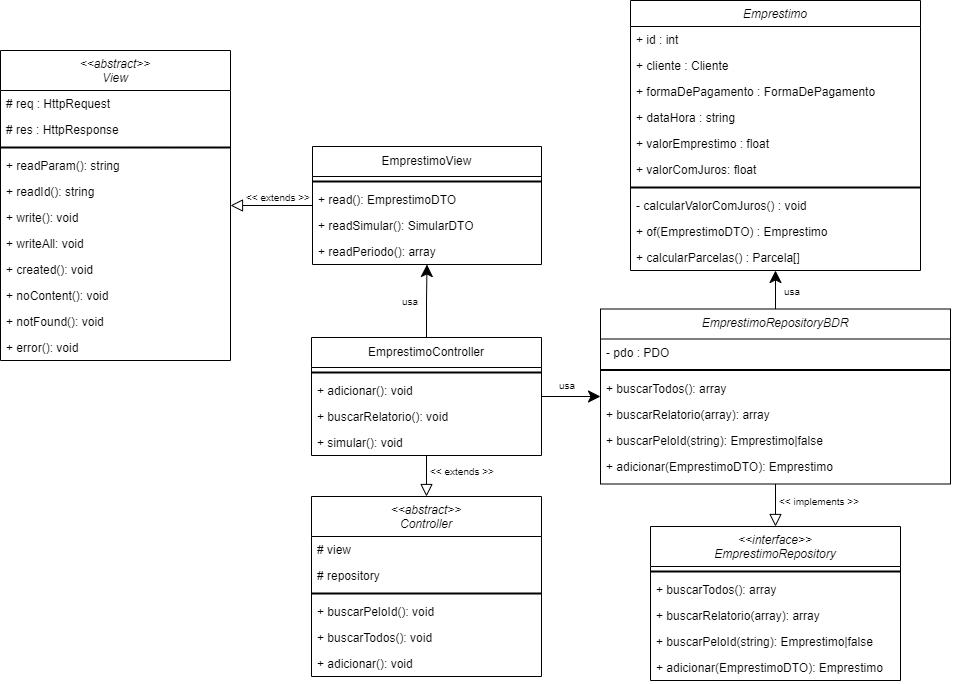
Raulzito311/AcmeSF keeps this draw.io diagram as Diagramas/modelo_principal_funcionalidade.drawio.png. Above is the earlier version. Source tidied: cells renumbered, new cells last; positions are measured from the earlier drawing's top-left corner, leaving out a move shared by most shapes.
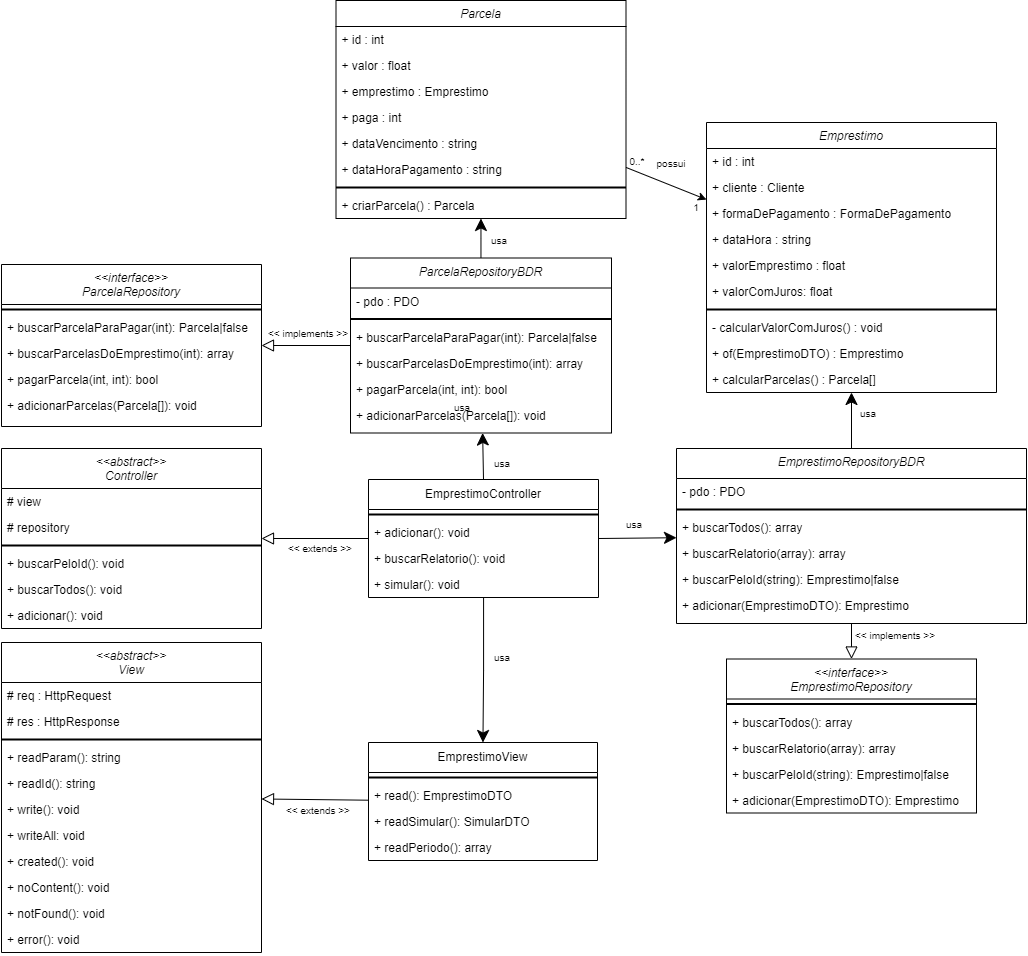
Later version of the same file.

Commit message:
Modelo principal

Diff of the diagram source:
```diff
@@ -3,7 +3,7 @@
     <mxCell id="0" />
     <mxCell id="1" parent="0" />
     <mxCell id="2" value="Emprestimo" style="swimlane;fontStyle=2;align=center;verticalAlign=top;horizontal=1;startSize=26;rounded=0;shadow=0;strokeWidth=1;" parent="1" vertex="1">
-      <mxGeometry x="630" width="290" height="270" as="geometry" />
+      <mxGeometry x="705" width="290" height="270" as="geometry" />
     </mxCell>
     <mxCell id="3" value="+ id : int" style="text;align=left;verticalAlign=top;spacingLeft=4;spacingRight=4;overflow=hidden;" parent="2" vertex="1">
       <mxGeometry y="26" width="290" height="26" as="geometry" />
@@ -42,7 +42,7 @@
       <mxGeometry relative="1" as="geometry" />
     </mxCell>
     <mxCell id="15" value="EmprestimoController" style="swimlane;fontStyle=0;horizontal=1;startSize=30;whiteSpace=wrap;html=1;" parent="1" vertex="1">
-      <mxGeometry x="311" y="337" width="230" height="118" as="geometry" />
+      <mxGeometry x="367" y="357" width="230" height="118" as="geometry" />
     </mxCell>
     <mxCell id="16" style="line;strokeWidth=2;html=1;" parent="15" vertex="1">
       <mxGeometry y="30" width="230" height="10" as="geometry" />
@@ -57,64 +57,64 @@
       <mxGeometry y="92" width="230" height="26" as="geometry" />
     </mxCell>
     <mxCell id="20" value="&lt;&lt;abstract&gt;&gt;&#10;Controller" style="swimlane;fontStyle=2;align=center;verticalAlign=top;horizontal=1;startSize=40;rounded=0;shadow=0;strokeWidth=1;" parent="1" vertex="1">
-      <mxGeometry x="311" y="496" width="230" height="180" as="geometry" />
+      <mxGeometry y="326" width="260" height="180" as="geometry" />
     </mxCell>
     <mxCell id="21" value="# view" style="text;align=left;verticalAlign=top;spacingLeft=4;spacingRight=4;overflow=hidden;" parent="20" vertex="1">
-      <mxGeometry y="40" width="230" height="26" as="geometry" />
+      <mxGeometry y="40" width="260" height="26" as="geometry" />
     </mxCell>
     <mxCell id="22" value="# repository" style="text;align=left;verticalAlign=top;spacingLeft=4;spacingRight=4;overflow=hidden;rounded=0;shadow=0;html=0;" parent="20" vertex="1">
-      <mxGeometry y="66" width="230" height="26" as="geometry" />
+      <mxGeometry y="66" width="260" height="26" as="geometry" />
     </mxCell>
     <mxCell id="23" style="line;strokeWidth=2;html=1;" parent="20" vertex="1">
-      <mxGeometry y="92" width="230" height="10" as="geometry" />
+      <mxGeometry y="92" width="260" height="10" as="geometry" />
     </mxCell>
     <mxCell id="24" value="+ buscarPeloId(): void" style="text;align=left;verticalAlign=top;spacingLeft=4;spacingRight=4;overflow=hidden;" parent="20" vertex="1">
-      <mxGeometry y="102" width="230" height="26" as="geometry" />
+      <mxGeometry y="102" width="260" height="26" as="geometry" />
     </mxCell>
     <mxCell id="25" value="+ buscarTodos(): void" style="text;align=left;verticalAlign=top;spacingLeft=4;spacingRight=4;overflow=hidden;" parent="20" vertex="1">
-      <mxGeometry y="128" width="230" height="26" as="geometry" />
+      <mxGeometry y="128" width="260" height="26" as="geometry" />
     </mxCell>
     <mxCell id="26" value="+ adicionar(): void" style="text;align=left;verticalAlign=top;spacingLeft=4;spacingRight=4;overflow=hidden;" parent="20" vertex="1">
-      <mxGeometry y="154" width="230" height="26" as="geometry" />
+      <mxGeometry y="154" width="260" height="26" as="geometry" />
     </mxCell>
     <mxCell id="27" value="&lt;&lt;abstract&gt;&gt;&#10;View" style="swimlane;fontStyle=2;align=center;verticalAlign=top;horizontal=1;startSize=40;rounded=0;shadow=0;strokeWidth=1;" parent="1" vertex="1">
-      <mxGeometry y="50" width="230" height="310" as="geometry" />
+      <mxGeometry y="520" width="260" height="310" as="geometry" />
     </mxCell>
     <mxCell id="28" value="# req : HttpRequest" style="text;align=left;verticalAlign=top;spacingLeft=4;spacingRight=4;overflow=hidden;" parent="27" vertex="1">
-      <mxGeometry y="40" width="230" height="26" as="geometry" />
+      <mxGeometry y="40" width="260" height="26" as="geometry" />
     </mxCell>
     <mxCell id="29" value="# res : HttpResponse" style="text;align=left;verticalAlign=top;spacingLeft=4;spacingRight=4;overflow=hidden;rounded=0;shadow=0;html=0;" parent="27" vertex="1">
-      <mxGeometry y="66" width="230" height="26" as="geometry" />
+      <mxGeometry y="66" width="260" height="26" as="geometry" />
     </mxCell>
     <mxCell id="30" style="line;strokeWidth=2;html=1;" parent="27" vertex="1">
-      <mxGeometry y="92" width="230" height="10" as="geometry" />
+      <mxGeometry y="92" width="260" height="10" as="geometry" />
     </mxCell>
     <mxCell id="31" value="+ readParam(): string" style="text;align=left;verticalAlign=top;spacingLeft=4;spacingRight=4;overflow=hidden;" parent="27" vertex="1">
-      <mxGeometry y="102" width="230" height="26" as="geometry" />
+      <mxGeometry y="102" width="260" height="26" as="geometry" />
     </mxCell>
     <mxCell id="32" value="+ readId(): string" style="text;align=left;verticalAlign=top;spacingLeft=4;spacingRight=4;overflow=hidden;" parent="27" vertex="1">
-      <mxGeometry y="128" width="230" height="26" as="geometry" />
+      <mxGeometry y="128" width="260" height="26" as="geometry" />
     </mxCell>
     <mxCell id="33" value="+ write(): void " style="text;align=left;verticalAlign=top;spacingLeft=4;spacingRight=4;overflow=hidden;" parent="27" vertex="1">
-      <mxGeometry y="154" width="230" height="26" as="geometry" />
+      <mxGeometry y="154" width="260" height="26" as="geometry" />
     </mxCell>
     <mxCell id="34" value="+ writeAll: void" style="text;align=left;verticalAlign=top;spacingLeft=4;spacingRight=4;overflow=hidden;" parent="27" vertex="1">
-      <mxGeometry y="180" width="230" height="26" as="geometry" />
+      <mxGeometry y="180" width="260" height="26" as="geometry" />
     </mxCell>
     <mxCell id="35" value="+ created(): void" style="text;align=left;verticalAlign=top;spacingLeft=4;spacingRight=4;overflow=hidden;" parent="27" vertex="1">
-      <mxGeometry y="206" width="230" height="26" as="geometry" />
+      <mxGeometry y="206" width="260" height="26" as="geometry" />
     </mxCell>
     <mxCell id="36" value="+ noContent(): void" style="text;align=left;verticalAlign=top;spacingLeft=4;spacingRight=4;overflow=hidden;" parent="27" vertex="1">
-      <mxGeometry y="232" width="230" height="26" as="geometry" />
+      <mxGeometry y="232" width="260" height="26" as="geometry" />
     </mxCell>
     <mxCell id="37" value="+ notFound(): void" style="text;align=left;verticalAlign=top;spacingLeft=4;spacingRight=4;overflow=hidden;" parent="27" vertex="1">
-      <mxGeometry y="258" width="230" height="26" as="geometry" />
+      <mxGeometry y="258" width="260" height="26" as="geometry" />
     </mxCell>
     <mxCell id="38" value="+ error(): void" style="text;align=left;verticalAlign=top;spacingLeft=4;spacingRight=4;overflow=hidden;" parent="27" vertex="1">
-      <mxGeometry y="284" width="230" height="26" as="geometry" />
+      <mxGeometry y="284" width="260" height="26" as="geometry" />
     </mxCell>
     <mxCell id="39" value="EmprestimoView" style="swimlane;fontStyle=0;horizontal=1;startSize=30;whiteSpace=wrap;html=1;" parent="1" vertex="1">
-      <mxGeometry x="312" y="146" width="229" height="118" as="geometry" />
+      <mxGeometry x="367" y="620" width="229" height="118" as="geometry" />
     </mxCell>
     <mxCell id="40" style="line;strokeWidth=2;html=1;" parent="39" vertex="1">
       <mxGeometry y="30" width="229" height="10" as="geometry" />
@@ -129,7 +129,7 @@
       <mxGeometry y="92" width="229" height="26" as="geometry" />
     </mxCell>
     <mxCell id="44" value="&lt;&lt;interface&gt;&gt;&#10;EmprestimoRepository" style="swimlane;fontStyle=2;align=center;verticalAlign=top;horizontal=1;startSize=40;rounded=0;shadow=0;strokeWidth=1;" parent="1" vertex="1">
-      <mxGeometry x="650" y="526" width="250" height="154" as="geometry" />
+      <mxGeometry x="725" y="536.5" width="250" height="154" as="geometry" />
     </mxCell>
     <mxCell id="45" style="line;strokeWidth=2;html=1;" parent="44" vertex="1">
       <mxGeometry y="40" width="250" height="10" as="geometry" />
@@ -147,7 +147,7 @@
       <mxGeometry y="128" width="250" height="26" as="geometry" />
     </mxCell>
     <mxCell id="50" value="EmprestimoRepositoryBDR" style="swimlane;fontStyle=2;align=center;verticalAlign=top;horizontal=1;startSize=30;rounded=0;shadow=0;strokeWidth=1;" parent="1" vertex="1">
-      <mxGeometry x="600" y="308.5" width="350" height="175" as="geometry" />
+      <mxGeometry x="675" y="326" width="350" height="175" as="geometry" />
     </mxCell>
     <mxCell id="51" value="- pdo : PDO" style="text;align=left;verticalAlign=top;spacingLeft=4;spacingRight=4;overflow=hidden;" parent="50" vertex="1">
       <mxGeometry y="30" width="350" height="26" as="geometry" />
@@ -180,22 +180,121 @@
       <mxGeometry relative="1" as="geometry" />
     </mxCell>
     <mxCell id="61" value="&amp;lt;&amp;lt; implements &amp;gt;&amp;gt;" style="text;html=1;align=center;verticalAlign=middle;whiteSpace=wrap;rounded=0;fillColor=none;fontSize=10;" parent="1" vertex="1">
-      <mxGeometry x="764" y="486" width="110" height="30" as="geometry" />
+      <mxGeometry x="839" y="498" width="110" height="30" as="geometry" />
     </mxCell>
     <mxCell id="62" value="&amp;lt;&amp;lt; extends &amp;gt;&amp;gt;" style="text;html=1;align=center;verticalAlign=middle;whiteSpace=wrap;rounded=0;fillColor=none;fontSize=10;" parent="1" vertex="1">
-      <mxGeometry x="223" y="182" width="110" height="30" as="geometry" />
+      <mxGeometry x="262" y="673" width="110" height="30" as="geometry" />
     </mxCell>
     <mxCell id="63" value="&amp;lt;&amp;lt; extends &amp;gt;&amp;gt;" style="text;html=1;align=center;verticalAlign=middle;whiteSpace=wrap;rounded=0;fillColor=none;fontSize=10;" parent="1" vertex="1">
-      <mxGeometry x="407" y="456" width="110" height="30" as="geometry" />
+      <mxGeometry x="264" y="411" width="110" height="30" as="geometry" />
     </mxCell>
     <mxCell id="64" value="usa" style="text;html=1;align=center;verticalAlign=middle;whiteSpace=wrap;rounded=0;fillColor=none;fontSize=10;" parent="1" vertex="1">
-      <mxGeometry x="390" y="286" width="40" height="30" as="geometry" />
+      <mxGeometry x="441" y="270" width="40" height="30" as="geometry" />
     </mxCell>
     <mxCell id="65" value="usa" style="text;html=1;align=center;verticalAlign=middle;whiteSpace=wrap;rounded=0;fillColor=none;fontSize=10;" parent="1" vertex="1">
-      <mxGeometry x="547" y="370" width="40" height="30" as="geometry" />
+      <mxGeometry x="613" y="387" width="40" height="30" as="geometry" />
     </mxCell>
     <mxCell id="66" value="usa" style="text;html=1;align=center;verticalAlign=middle;whiteSpace=wrap;rounded=0;fillColor=none;fontSize=10;" parent="1" vertex="1">
-      <mxGeometry x="772" y="276" width="40" height="30" as="geometry" />
+      <mxGeometry x="847" y="276" width="40" height="30" as="geometry" />
     </mxCell>
+    <mxCell id="67" style="edgeStyle=orthogonalEdgeStyle;rounded=0;jettySize=auto;html=1;endArrow=block;endFill=0;endSize=10;" parent="1" edge="1" source="69" target="76">
+      <mxGeometry relative="1" as="geometry" />
+    </mxCell>
+    <mxCell id="68" style="edgeStyle=orthogonalEdgeStyle;rounded=0;jettySize=auto;html=1;endSize=10;" parent="1" edge="1" source="69" target="87">
+      <mxGeometry relative="1" as="geometry" />
+    </mxCell>
+    <mxCell id="69" value="ParcelaRepositoryBDR" style="swimlane;fontStyle=2;align=center;verticalAlign=top;horizontal=1;startSize=30;rounded=0;shadow=0;strokeWidth=1;" parent="1" vertex="1">
+      <mxGeometry x="349" y="135.5" width="261" height="175" as="geometry" />
+    </mxCell>
+    <mxCell id="70" value="- pdo : PDO" style="text;align=left;verticalAlign=top;spacingLeft=4;spacingRight=4;overflow=hidden;" parent="69" vertex="1">
+      <mxGeometry y="30" width="261" height="26" as="geometry" />
+    </mxCell>
+    <mxCell id="71" style="line;strokeWidth=2;html=1;" parent="69" vertex="1">
+      <mxGeometry y="56" width="261" height="10" as="geometry" />
+    </mxCell>
+    <mxCell id="72" value="+ buscarParcelaParaPagar(int): Parcela|false" style="text;align=left;verticalAlign=top;spacingLeft=4;spacingRight=4;overflow=hidden;" parent="69" vertex="1">
+      <mxGeometry y="66" width="261" height="26" as="geometry" />
+    </mxCell>
+    <mxCell id="73" value="+ buscarParcelasDoEmprestimo(int): array" style="text;align=left;verticalAlign=top;spacingLeft=4;spacingRight=4;overflow=hidden;" parent="69" vertex="1">
+      <mxGeometry y="92" width="261" height="26" as="geometry" />
+    </mxCell>
+    <mxCell id="74" value="+ pagarParcela(int, int): bool" style="text;align=left;verticalAlign=top;spacingLeft=4;spacingRight=4;overflow=hidden;" parent="69" vertex="1">
+      <mxGeometry y="118" width="261" height="26" as="geometry" />
+    </mxCell>
+    <mxCell id="75" value="+ adicionarParcelas(Parcela[]): void" style="text;align=left;verticalAlign=top;spacingLeft=4;spacingRight=4;overflow=hidden;" parent="69" vertex="1">
+      <mxGeometry y="144" width="261" height="26" as="geometry" />
+    </mxCell>
+    <mxCell id="76" value="&lt;&lt;interface&gt;&gt;&#10;ParcelaRepository" style="swimlane;fontStyle=2;align=center;verticalAlign=top;horizontal=1;startSize=40;rounded=0;shadow=0;strokeWidth=1;" parent="1" vertex="1">
+      <mxGeometry y="142" width="260" height="162" as="geometry" />
+    </mxCell>
+    <mxCell id="77" style="line;strokeWidth=2;html=1;" parent="76" vertex="1">
+      <mxGeometry y="40" width="260" height="10" as="geometry" />
+    </mxCell>
+    <mxCell id="78" value="+ buscarParcelaParaPagar(int): Parcela|false" style="text;align=left;verticalAlign=top;spacingLeft=4;spacingRight=4;overflow=hidden;" parent="76" vertex="1">
+      <mxGeometry y="50" width="260" height="26" as="geometry" />
+    </mxCell>
+    <mxCell id="79" value="+ buscarParcelasDoEmprestimo(int): array" style="text;align=left;verticalAlign=top;spacingLeft=4;spacingRight=4;overflow=hidden;" parent="76" vertex="1">
+      <mxGeometry y="76" width="260" height="26" as="geometry" />
+    </mxCell>
+    <mxCell id="80" value="+ pagarParcela(int, int): bool" style="text;align=left;verticalAlign=top;spacingLeft=4;spacingRight=4;overflow=hidden;" parent="76" vertex="1">
+      <mxGeometry y="102" width="260" height="26" as="geometry" />
+    </mxCell>
+    <mxCell id="81" value="+ adicionarParcelas(Parcela[]): void" style="text;align=left;verticalAlign=top;spacingLeft=4;spacingRight=4;overflow=hidden;" parent="76" vertex="1">
+      <mxGeometry y="128" width="260" height="26" as="geometry" />
+    </mxCell>
+    <mxCell id="82" value="&amp;lt;&amp;lt; implements &amp;gt;&amp;gt;" style="text;html=1;align=center;verticalAlign=middle;whiteSpace=wrap;rounded=0;fillColor=none;fontSize=10;" parent="1" vertex="1">
+      <mxGeometry x="262" y="196" width="90" height="30" as="geometry" />
+    </mxCell>
+    <mxCell id="83" style="endArrow=classic;html=1;rounded=0;endFill=1;startSize=20;sourcePerimeterSpacing=20;endSize=10;exitX=0.5;exitY=0;exitDx=0;exitDy=0;" parent="1" edge="1" source="15" target="69">
+      <mxGeometry relative="1" as="geometry" />
+    </mxCell>
+    <mxCell id="84" value="usa" style="text;html=1;align=center;verticalAlign=middle;whiteSpace=wrap;rounded=0;fillColor=none;fontSize=10;" parent="1" vertex="1">
+      <mxGeometry x="481" y="520" width="40" height="30" as="geometry" />
+    </mxCell>
+    <mxCell id="85" value="usa" style="text;html=1;align=center;verticalAlign=middle;whiteSpace=wrap;rounded=0;fillColor=none;fontSize=10;" parent="1" vertex="1">
+      <mxGeometry x="481" y="326" width="40" height="30" as="geometry" />
+    </mxCell>
+    <mxCell id="86" style="rounded=0;jettySize=auto;html=1;" parent="1" edge="1" source="87" target="2">
+      <mxGeometry relative="1" as="geometry" />
+    </mxCell>
+    <mxCell id="87" value="Parcela" style="swimlane;fontStyle=2;align=center;verticalAlign=top;horizontal=1;startSize=26;rounded=0;shadow=0;strokeWidth=1;" parent="1" vertex="1">
+      <mxGeometry x="334.5" y="-122" width="290" height="218" as="geometry" />
+    </mxCell>
+    <mxCell id="88" value="+ id : int" style="text;align=left;verticalAlign=top;spacingLeft=4;spacingRight=4;overflow=hidden;" parent="87" vertex="1">
+      <mxGeometry y="26" width="290" height="26" as="geometry" />
+    </mxCell>
+    <mxCell id="89" value="+ valor : float" style="text;align=left;verticalAlign=top;spacingLeft=4;spacingRight=4;overflow=hidden;rounded=0;shadow=0;html=0;" parent="87" vertex="1">
+      <mxGeometry y="52" width="290" height="26" as="geometry" />
+    </mxCell>
+    <mxCell id="90" value="+ emprestimo : Emprestimo" style="text;align=left;verticalAlign=top;spacingLeft=4;spacingRight=4;overflow=hidden;rounded=0;shadow=0;html=0;" parent="87" vertex="1">
+      <mxGeometry y="78" width="290" height="26" as="geometry" />
+    </mxCell>
+    <mxCell id="91" value="+ paga : int" style="text;align=left;verticalAlign=top;spacingLeft=4;spacingRight=4;overflow=hidden;" parent="87" vertex="1">
+      <mxGeometry y="104" width="290" height="26" as="geometry" />
+    </mxCell>
+    <mxCell id="92" value="+ dataVencimento : string" style="text;align=left;verticalAlign=top;spacingLeft=4;spacingRight=4;overflow=hidden;" parent="87" vertex="1">
+      <mxGeometry y="130" width="290" height="26" as="geometry" />
+    </mxCell>
+    <mxCell id="93" value="+ dataHoraPagamento : string" style="text;align=left;verticalAlign=top;spacingLeft=4;spacingRight=4;overflow=hidden;" parent="87" vertex="1">
+      <mxGeometry y="156" width="290" height="26" as="geometry" />
+    </mxCell>
+    <mxCell id="94" style="line;strokeWidth=2;html=1;" parent="87" vertex="1">
+      <mxGeometry y="182" width="290" height="10" as="geometry" />
+    </mxCell>
+    <mxCell id="95" value="+ criarParcela() : Parcela" style="text;align=left;verticalAlign=top;spacingLeft=4;spacingRight=4;overflow=hidden;" parent="87" vertex="1">
+      <mxGeometry y="192" width="290" height="26" as="geometry" />
+    </mxCell>
+    <mxCell id="96" value="usa" style="text;html=1;align=center;verticalAlign=middle;whiteSpace=wrap;rounded=0;fillColor=none;fontSize=10;" parent="1" vertex="1">
+      <mxGeometry x="478" y="103" width="40" height="30" as="geometry" />
+    </mxCell>
+    <mxCell id="97" value="possui" style="text;html=1;align=center;verticalAlign=middle;whiteSpace=wrap;rounded=0;fillColor=none;fontSize=10;" parent="1" vertex="1">
+      <mxGeometry x="650" y="26" width="40" height="30" as="geometry" />
+    </mxCell>
+    <mxCell id="98" value="0..*" style="text;html=1;align=center;verticalAlign=middle;whiteSpace=wrap;rounded=0;fillColor=none;fontSize=10;" parent="1" vertex="1">
+      <mxGeometry x="615.5" y="24" width="40" height="30" as="geometry" />
+    </mxCell>
+    <mxCell id="99" value="1" style="text;html=1;align=center;verticalAlign=middle;whiteSpace=wrap;rounded=0;fillColor=none;fontSize=10;" parent="1" vertex="1">
+      <mxGeometry x="674.5" y="70" width="40" height="30" as="geometry" />
+    </mxCell>
   </root>
 </mxGraphModel>
```
